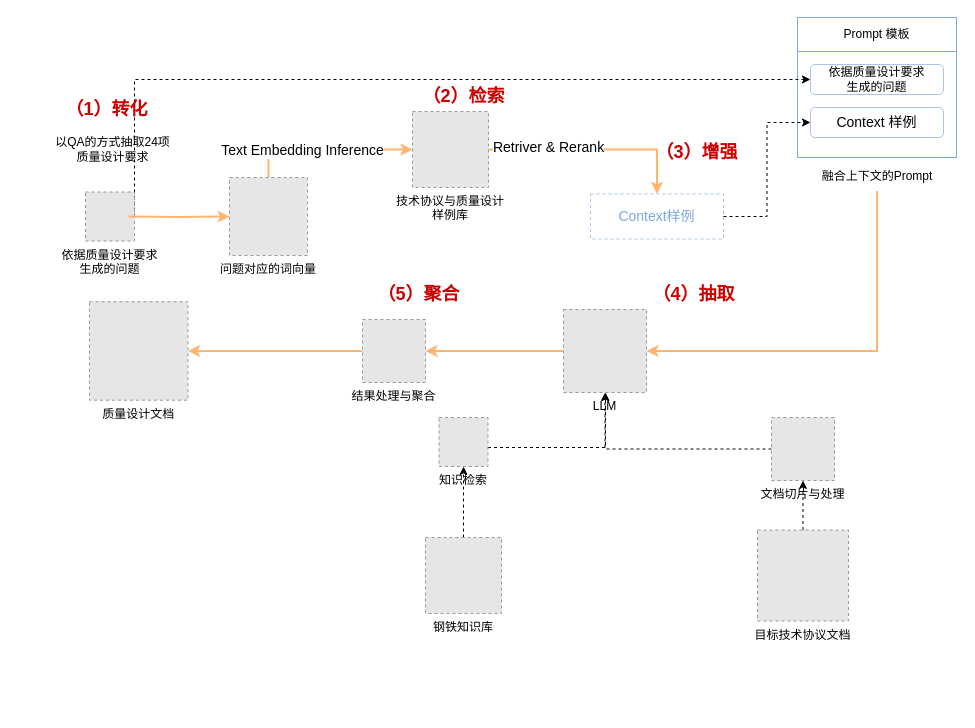
This is 湘.drawio from Wonderful23/algorithm, a draw.io file, before an edit. Source tidied: cells renumbered, new cells numbered last; positions are measured from the earlier drawing's top-left corner, leaving out a move shared by most shapes. Both pictures are drawn from the tidied source at 100%, with x=0, y=0 at pixel (45, 17). Pictures stored in the file or linked from it are replaced by grey dashed boxes.
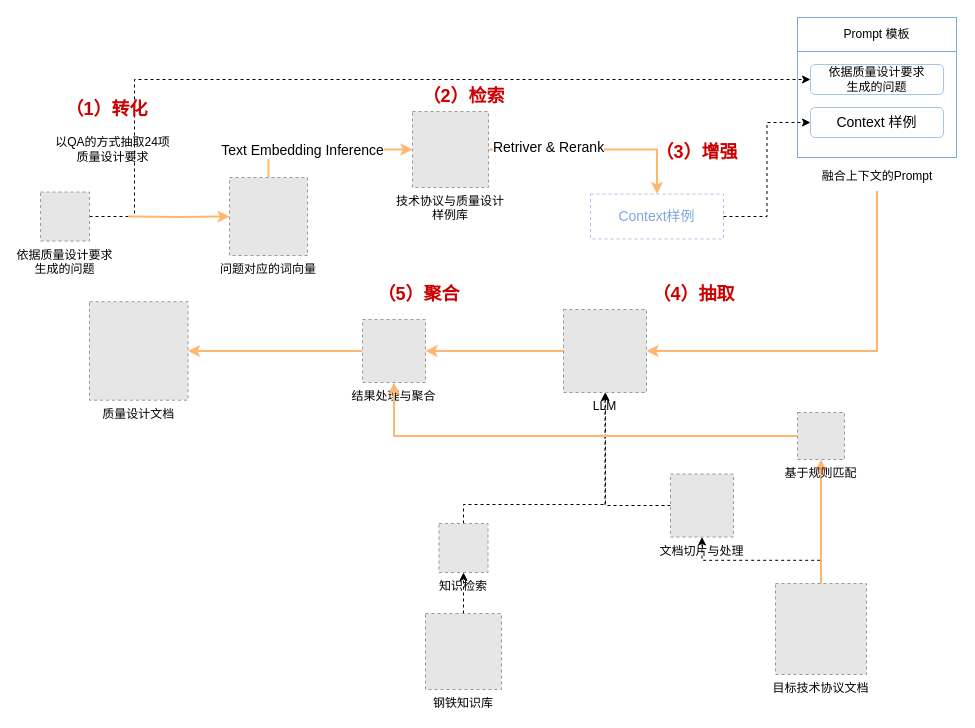
The same diagram, later.

Unchanged cells that the change refers to:
```xml
<mxCell id="28" value="LLM" style="fillColor=#E6E6E6;strokeColor=#999999;dashed=1;verticalLabelPosition=bottom;verticalAlign=top;" parent="1" vertex="1">
  <mxGeometry x="518" y="292" width="83" height="83" as="geometry" />
</mxCell>
<mxCell id="34" value="结果处理与聚合" style="fillColor=#E6E6E6;strokeColor=#999999;dashed=1;verticalLabelPosition=bottom;verticalAlign=top;" parent="1" vertex="1">
  <mxGeometry x="317" y="302" width="63" height="63" as="geometry" />
</mxCell>
```

Change to the diagram source:
```diff
@@
+    <mxCell id="38" style="edgeStyle=orthogonalEdgeStyle;rounded=0;jettySize=auto;html=1;fillColor=#ffe6cc;strokeColor=#ffb670;strokeWidth=2;" parent="1" edge="1" source="21" target="40">
+      <mxGeometry relative="1" as="geometry" />
+    </mxCell>
     <mxCell id="21" value="目标技术协议文档" style="fillColor=#E6E6E6;strokeColor=#999999;dashed=1;verticalLabelPosition=bottom;verticalAlign=top;" parent="1" vertex="1">
-      <mxGeometry x="712" y="512.5" width="91" height="91" as="geometry" />
+      <mxGeometry x="730" y="566" width="91" height="91" as="geometry" />
     </mxCell>
@@
     <mxCell id="23" value="钢铁知识库" style="fillColor=#E6E6E6;strokeColor=#999999;dashed=1;verticalLabelPosition=bottom;verticalAlign=top;" parent="1" vertex="1">
-      <mxGeometry x="380" y="520" width="76" height="76" as="geometry" />
+      <mxGeometry x="380" y="596" width="76" height="76" as="geometry" />
     </mxCell>
     <mxCell id="24" value="依据质量设计要求&#10;生成的问题" style="fillColor=#E6E6E6;strokeColor=#999999;dashed=1;verticalLabelPosition=bottom;verticalAlign=top;" parent="1" vertex="1">
-      <mxGeometry x="40" y="174.5" width="49" height="49" as="geometry" />
+      <mxGeometry x="-5" y="174.5" width="49" height="49" as="geometry" />
     </mxCell>
@@
     <mxCell id="29" style="edgeStyle=orthogonalEdgeStyle;rounded=0;jettySize=auto;html=1;dashed=1;" parent="1" edge="1" source="30" target="28">
       <mxGeometry relative="1" as="geometry">
         <Array as="points">
-          <mxPoint x="560" y="430" />
+          <mxPoint x="560" y="487" />
         </Array>
       </mxGeometry>
     </mxCell>
     <mxCell id="30" value="知识检索" style="fillColor=#E6E6E6;strokeColor=#999999;dashed=1;verticalLabelPosition=bottom;verticalAlign=top;" parent="1" vertex="1">
-      <mxGeometry x="393.5" y="400" width="49" height="49" as="geometry" />
+      <mxGeometry x="393.5" y="506" width="49" height="49" as="geometry" />
     </mxCell>
@@
     <mxCell id="32" value="文档切片与处理" style="fillColor=#E6E6E6;strokeColor=#999999;dashed=1;verticalLabelPosition=bottom;verticalAlign=top;" parent="1" vertex="1">
-      <mxGeometry x="726" y="400" width="63" height="63" as="geometry" />
+      <mxGeometry x="625" y="456.5" width="63" height="63" as="geometry" />
     </mxCell>
@@
+    <mxCell id="39" style="edgeStyle=orthogonalEdgeStyle;rounded=0;jettySize=auto;html=1;strokeWidth=2;fillColor=#ffe6cc;strokeColor=#ffb770;" parent="1" edge="1" source="40" target="34">
+      <mxGeometry relative="1" as="geometry" />
+    </mxCell>
+    <mxCell id="40" value="基于规则匹配" style="fillColor=#E6E6E6;strokeColor=#999999;dashed=1;verticalLabelPosition=bottom;verticalAlign=top;" parent="1" vertex="1">
+      <mxGeometry x="752" y="395" width="47" height="47" as="geometry" />
+    </mxCell>
```
